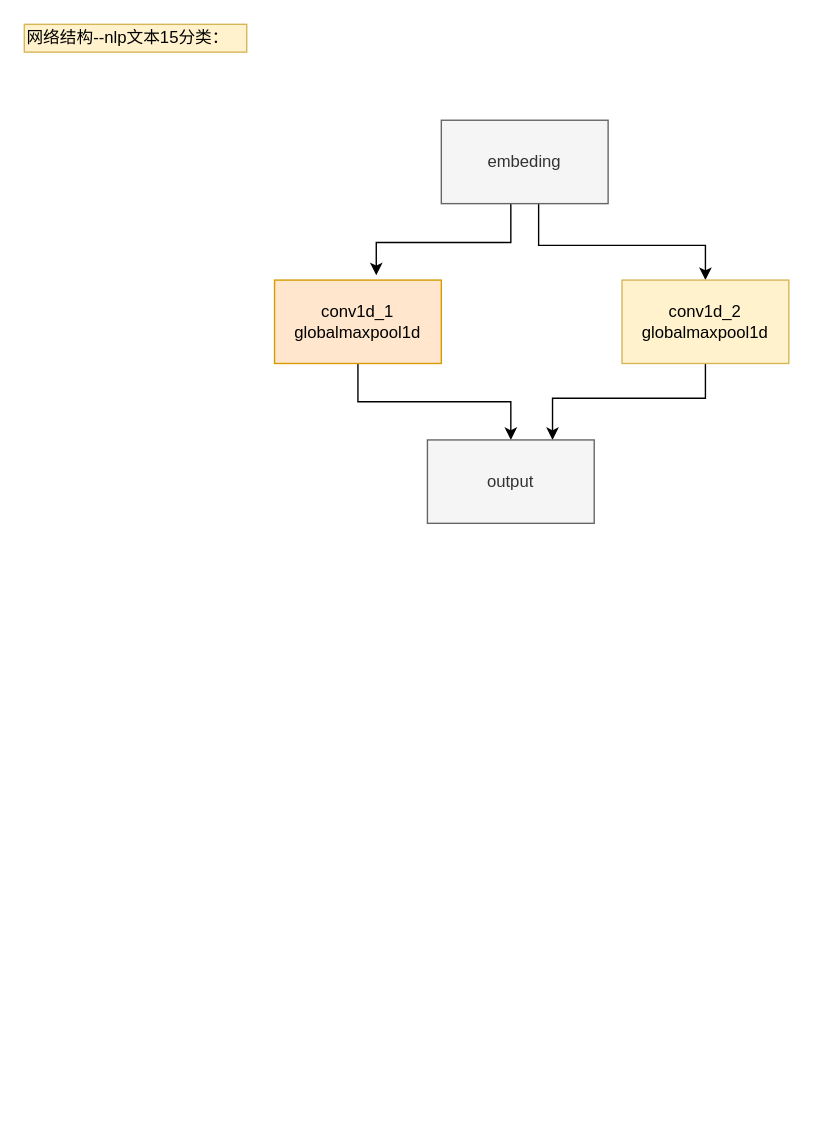
alwaysbetter1314/DrawLearning keeps this draw.io diagram as nlp_cnn_net.drawio. Above is the earlier version. Source tidied: cells renumbered, new cells numbered last; positions are measured from the earlier drawing's top-left corner, leaving out a move shared by most shapes. Both pictures are drawn from the tidied source at 139%, with x=0, y=0 at pixel (24, 24).
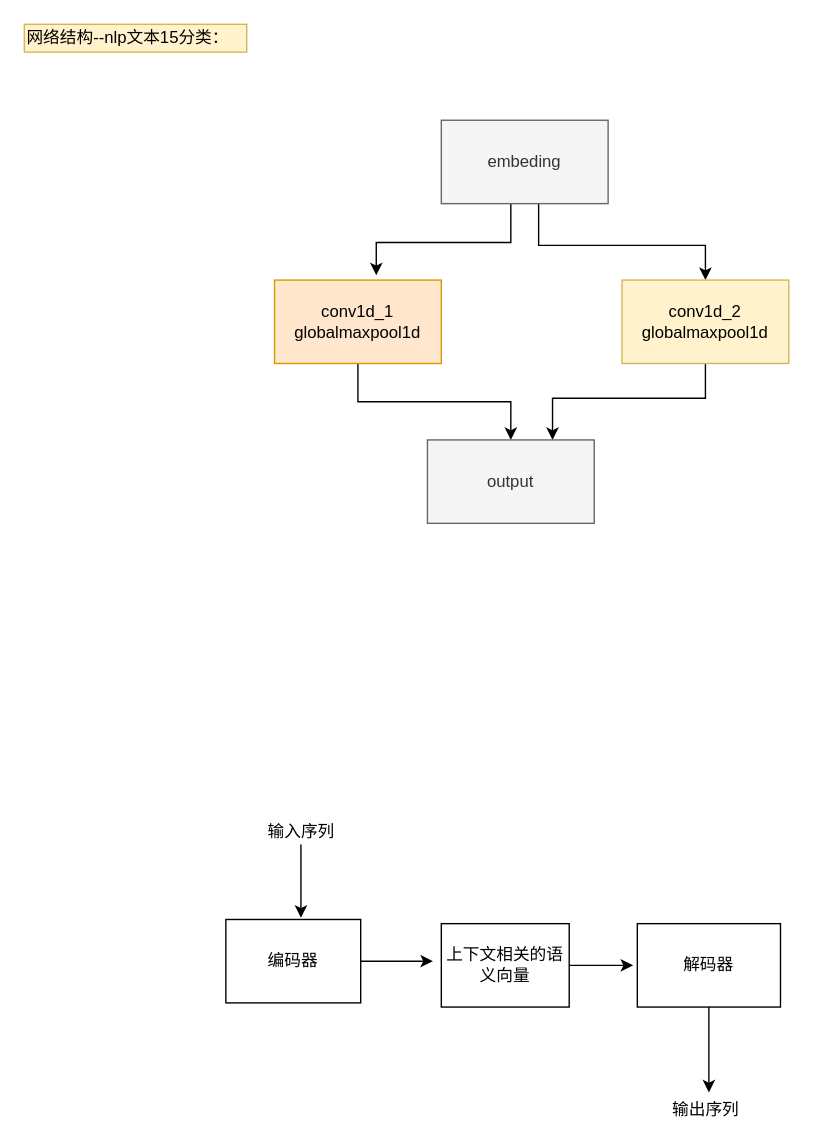
The same diagram, later.

The edit, as a diff of the source:
```diff
@@
+    <mxCell id="11" value="输出序列" style="text;html=1;align=center;verticalAlign=middle;points=[];" parent="1" vertex="1">
+      <mxGeometry x="461" y="772" width="58" height="18" as="geometry" />
+    </mxCell>
+    <mxCell id="12" style="edgeStyle=orthogonalEdgeStyle;rounded=0;jettySize=auto;html=1;" parent="1" edge="1" source="13">
+      <mxGeometry relative="1" as="geometry">
+        <mxPoint x="294" y="674" as="targetPoint" />
+      </mxGeometry>
+    </mxCell>
+    <mxCell id="13" value="编码器" style="rounded=0;whiteSpace=wrap;html=1;" parent="1" vertex="1">
+      <mxGeometry x="145" y="644" width="97" height="60" as="geometry" />
+    </mxCell>
+    <mxCell id="14" style="edgeStyle=orthogonalEdgeStyle;rounded=0;jettySize=auto;html=1;" parent="1" edge="1" source="15">
+      <mxGeometry relative="1" as="geometry">
+        <mxPoint x="438" y="677" as="targetPoint" />
+      </mxGeometry>
+    </mxCell>
+    <mxCell id="15" value="上下文相关的语义向量" style="rounded=0;whiteSpace=wrap;html=1;" parent="1" vertex="1">
+      <mxGeometry x="300" y="647" width="92" height="60" as="geometry" />
+    </mxCell>
+    <mxCell id="16" style="edgeStyle=orthogonalEdgeStyle;rounded=0;jettySize=auto;html=1;entryX=0.543;entryY=-0.2;entryDx=0;entryDy=0;entryPerimeter=0;" parent="1" edge="1" source="17" target="11">
+      <mxGeometry relative="1" as="geometry" />
+    </mxCell>
+    <mxCell id="17" value="解码器" style="rounded=0;whiteSpace=wrap;html=1;" parent="1" vertex="1">
+      <mxGeometry x="441" y="647" width="103" height="60" as="geometry" />
+    </mxCell>
+    <mxCell id="18" style="edgeStyle=orthogonalEdgeStyle;rounded=0;jettySize=auto;html=1;" parent="1" edge="1" source="19">
+      <mxGeometry relative="1" as="geometry">
+        <mxPoint x="199" y="642.8" as="targetPoint" />
+      </mxGeometry>
+    </mxCell>
+    <mxCell id="19" value="输入序列" style="text;html=1;align=center;verticalAlign=middle;points=[];" parent="1" vertex="1">
+      <mxGeometry x="170" y="572" width="58" height="18" as="geometry" />
+    </mxCell>
```
